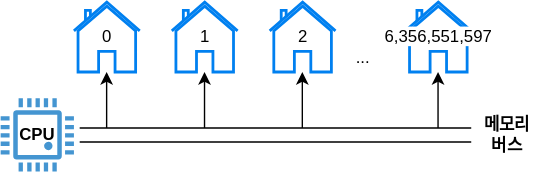
cs-study-org/cs-study keeps this draw.io diagram as 03/yongki/assets/memory.drawio.svg. Above is the earlier version. Source tidied: cells renumbered, new cells last; positions are measured from the earlier drawing's top-left corner, leaving out a move shared by most shapes.
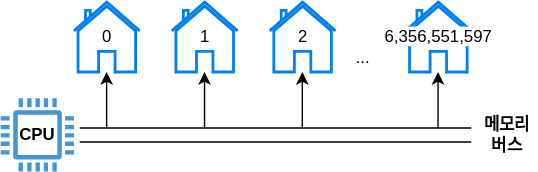
Later version of the same file.

What changed in the source:
```diff
@@ -56,7 +56,7 @@
         <mxPoint x="312.4" y="50" as="targetPoint" />
       </mxGeometry>
     </mxCell>
-    <mxCell id="16" style="shadow=0;dashed=0;html=1;strokeColor=none;fillColor=#4495D1;labelPosition=center;verticalLabelPosition=bottom;verticalAlign=top;align=center;shape=mxgraph.veeam.cpu;" parent="1" vertex="1">
+    <mxCell id="16" style="shadow=0;dashed=0;html=1;strokeColor=none;fillColor=#4495D1;labelPosition=center;verticalLabelPosition=bottom;verticalAlign=top;align=center;shape=(stored shape, 1100 characters);" parent="1" vertex="1">
       <mxGeometry x="-0.4" y="68.8" width="52.4" height="52.4" as="geometry" />
     </mxCell>
     <mxCell id="17" value="&lt;b&gt;CPU&lt;/b&gt;" style="text;html=1;strokeColor=none;fillColor=none;align=center;verticalAlign=middle;whiteSpace=wrap;rounded=0;" parent="1" vertex="1">
```
